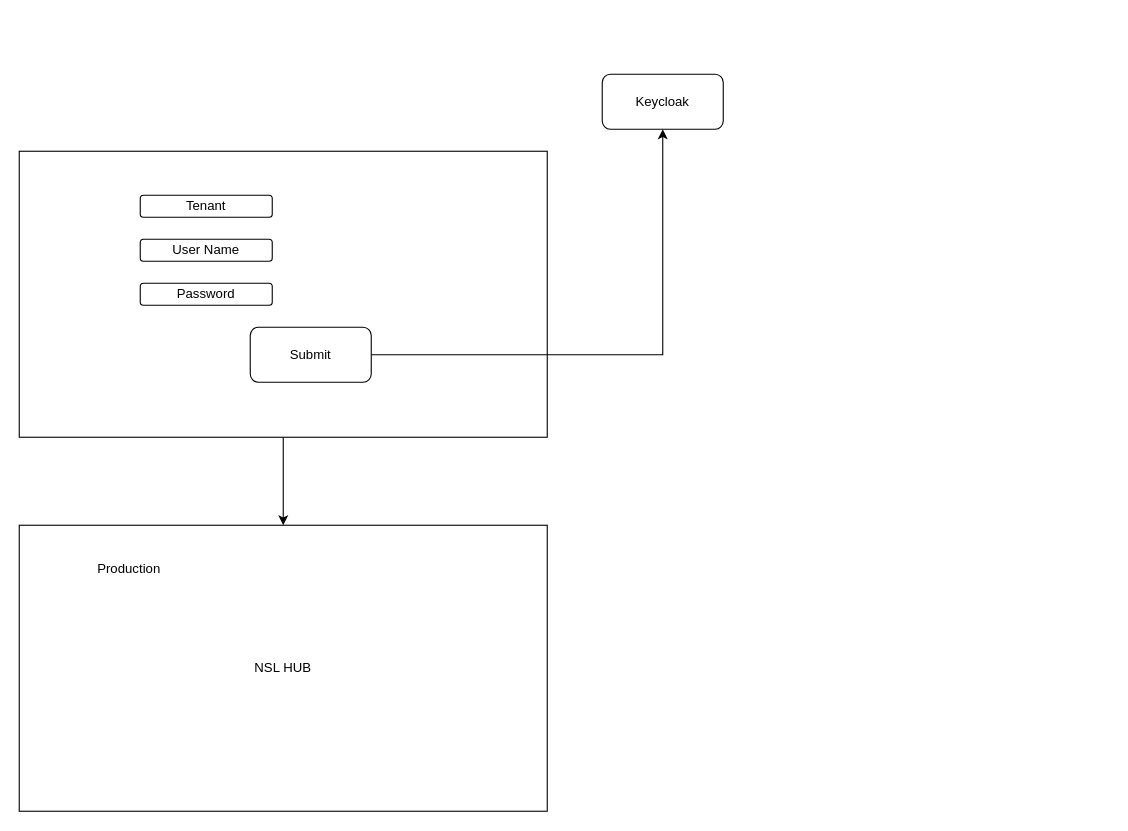
The draw.io diagram Untitled Diagram.drawio in bharathbv44/java, before the edit. Source tidied: cells renumbered, new cells numbered last; positions are measured from the earlier drawing's top-left corner, leaving out a move shared by most shapes. Both pictures are drawn from the tidied source at 110%, with x=0, y=0 at pixel (19, 74).
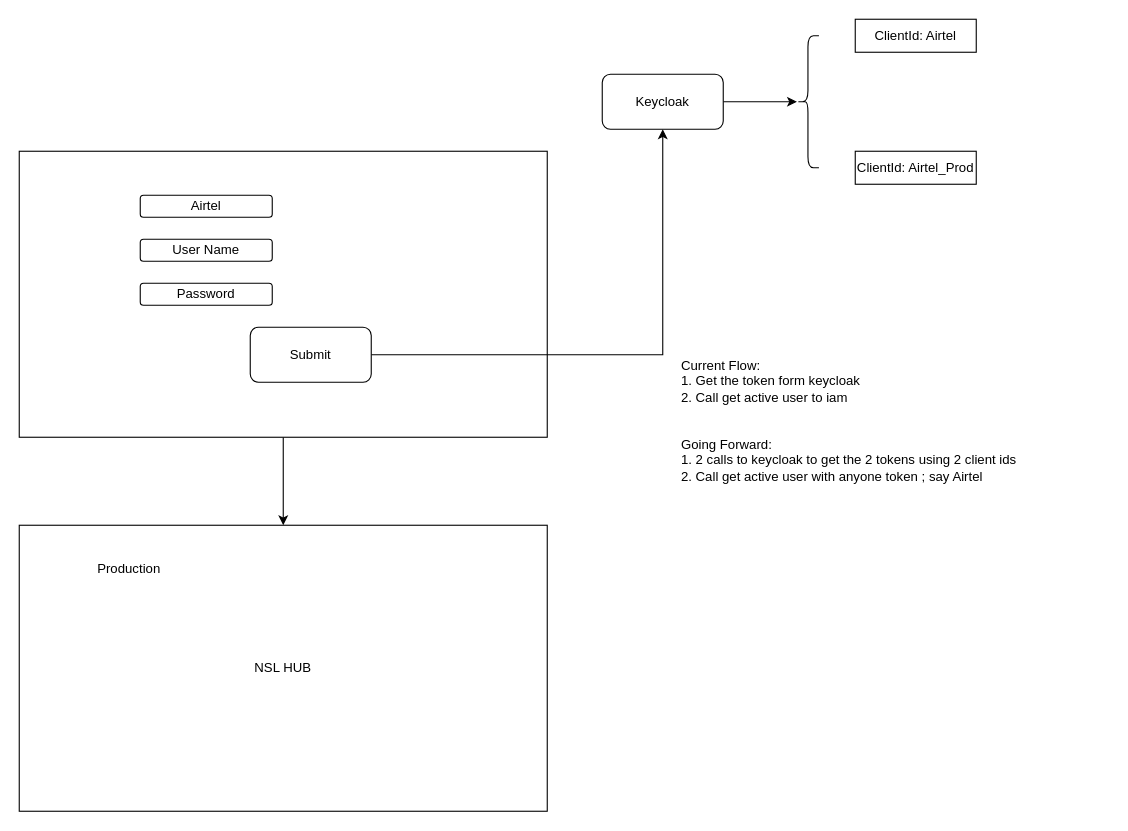
After the change.

Change to the diagram source:
```diff
@@
 <mxGraphModel>
   <root>
     <mxCell id="0" />
     <mxCell id="1" parent="0" />
     <mxCell id="2" style="edgeStyle=orthogonalEdgeStyle;rounded=0;jettySize=auto;html=1;" parent="1" edge="1" source="3" target="10">
       <mxGeometry relative="1" as="geometry" />
     </mxCell>
     <mxCell id="3" style="rounded=0;whiteSpace=wrap;html=1;" parent="1" vertex="1">
       <mxGeometry y="70" width="480" height="260" as="geometry" />
     </mxCell>
     <mxCell id="4" value="User Name" style="rounded=1;whiteSpace=wrap;html=1;" parent="1" vertex="1">
       <mxGeometry x="110" y="150" width="120" height="20" as="geometry" />
     </mxCell>
     <mxCell id="5" value="Password" style="rounded=1;whiteSpace=wrap;html=1;" parent="1" vertex="1">
       <mxGeometry x="110" y="190" width="120" height="20" as="geometry" />
     </mxCell>
-    <mxCell id="6" value="Tenant" style="rounded=1;whiteSpace=wrap;html=1;" parent="1" vertex="1">
+    <mxCell id="6" value="Airtel" style="rounded=1;whiteSpace=wrap;html=1;" parent="1" vertex="1">
       <mxGeometry x="110" y="110" width="120" height="20" as="geometry" />
     </mxCell>
     <mxCell id="7" style="edgeStyle=orthogonalEdgeStyle;rounded=0;jettySize=auto;html=1;" parent="1" edge="1" source="8" target="9">
       <mxGeometry relative="1" as="geometry" />
     </mxCell>
     <mxCell id="8" value="Submit" style="rounded=1;whiteSpace=wrap;html=1;" parent="1" vertex="1">
       <mxGeometry x="210" y="230" width="110" height="50" as="geometry" />
     </mxCell>
+    <mxCell id="12" style="edgeStyle=orthogonalEdgeStyle;rounded=0;jettySize=auto;html=1;" parent="1" edge="1" source="9" target="13">
+      <mxGeometry relative="1" as="geometry" />
+    </mxCell>
     <mxCell id="9" value="Keycloak" style="rounded=1;whiteSpace=wrap;html=1;" parent="1" vertex="1">
       <mxGeometry x="530" width="110" height="50" as="geometry" />
     </mxCell>
     <mxCell id="10" value="NSL HUB" style="rounded=0;whiteSpace=wrap;html=1;" parent="1" vertex="1">
       <mxGeometry y="410" width="480" height="260" as="geometry" />
     </mxCell>
     <mxCell id="11" value="Production" style="text;html=1;strokeColor=none;fillColor=none;align=center;verticalAlign=middle;whiteSpace=wrap;rounded=0;" parent="1" vertex="1">
       <mxGeometry x="20" y="440" width="160" height="20" as="geometry" />
     </mxCell>
+    <mxCell id="13" style="shape=curlyBracket;whiteSpace=wrap;html=1;rounded=1;" parent="1" vertex="1">
+      <mxGeometry x="707" y="-35" width="20" height="120" as="geometry" />
+    </mxCell>
+    <mxCell id="14" value="ClientId: Airtel" style="rounded=0;whiteSpace=wrap;html=1;" parent="1" vertex="1">
+      <mxGeometry x="760" y="-50" width="110" height="30" as="geometry" />
+    </mxCell>
+    <mxCell id="15" value="ClientId: Airtel_Prod" style="rounded=0;whiteSpace=wrap;html=1;" parent="1" vertex="1">
+      <mxGeometry x="760" y="70" width="110" height="30" as="geometry" />
+    </mxCell>
+    <mxCell id="16" value="Current Flow:&lt;br&gt;1. Get the token form keycloak&lt;br&gt;2. Call get active user to iam&lt;br&gt;&lt;br&gt;&lt;br&gt;Going Forward:&lt;br&gt;1. 2 calls to keycloak to get the 2 tokens using 2 client ids&lt;br&gt;2. Call get active user with anyone token ; say Airtel" style="text;html=1;strokeColor=none;fillColor=none;align=left;verticalAlign=middle;whiteSpace=wrap;rounded=0;" parent="1" vertex="1">
+      <mxGeometry x="600" y="210" width="390" height="210" as="geometry" />
+    </mxCell>
   </root>
 </mxGraphModel>
```
